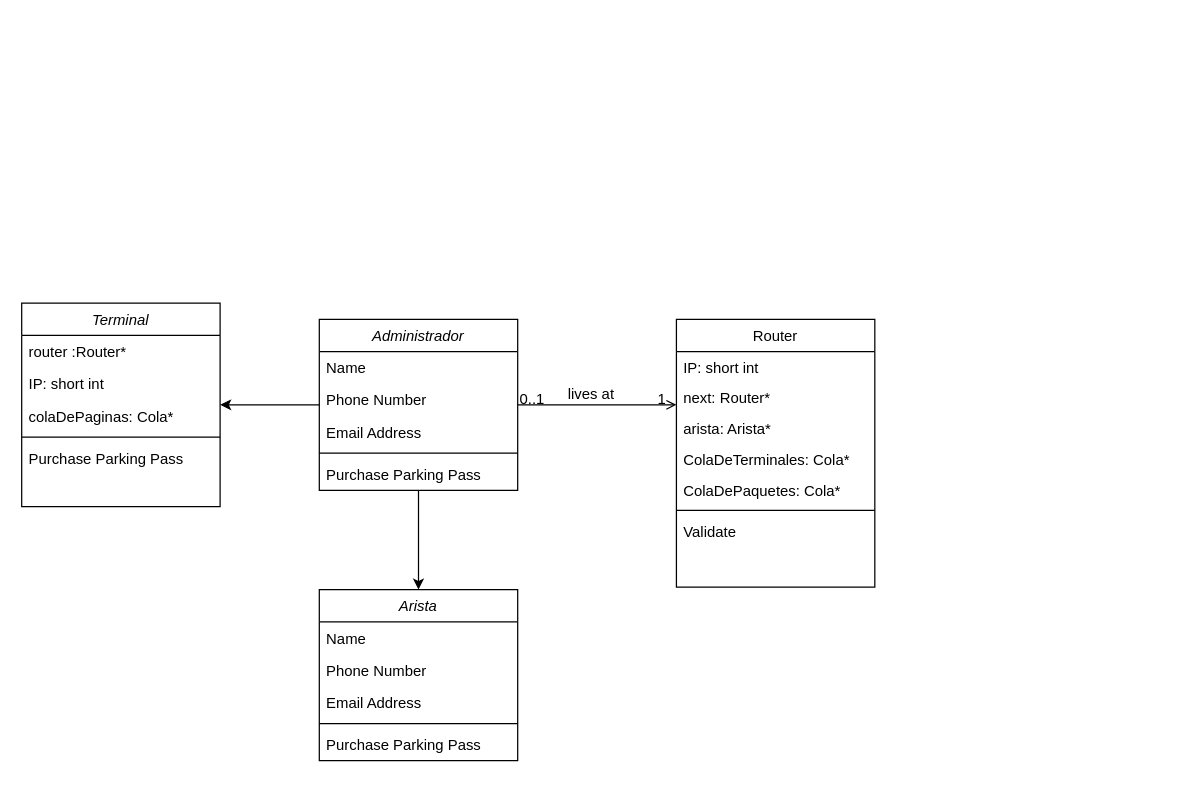
This is DiagramaDeClases.drawio from emaarnolfo/FinalAyEdD2023, a draw.io file, before an edit. Source tidied: cells renumbered, new cells numbered last; positions are measured from the earlier drawing's top-left corner, leaving out a move shared by most shapes. Both pictures are drawn from the tidied source at 124%, with x=0, y=0 at pixel (21, 303).
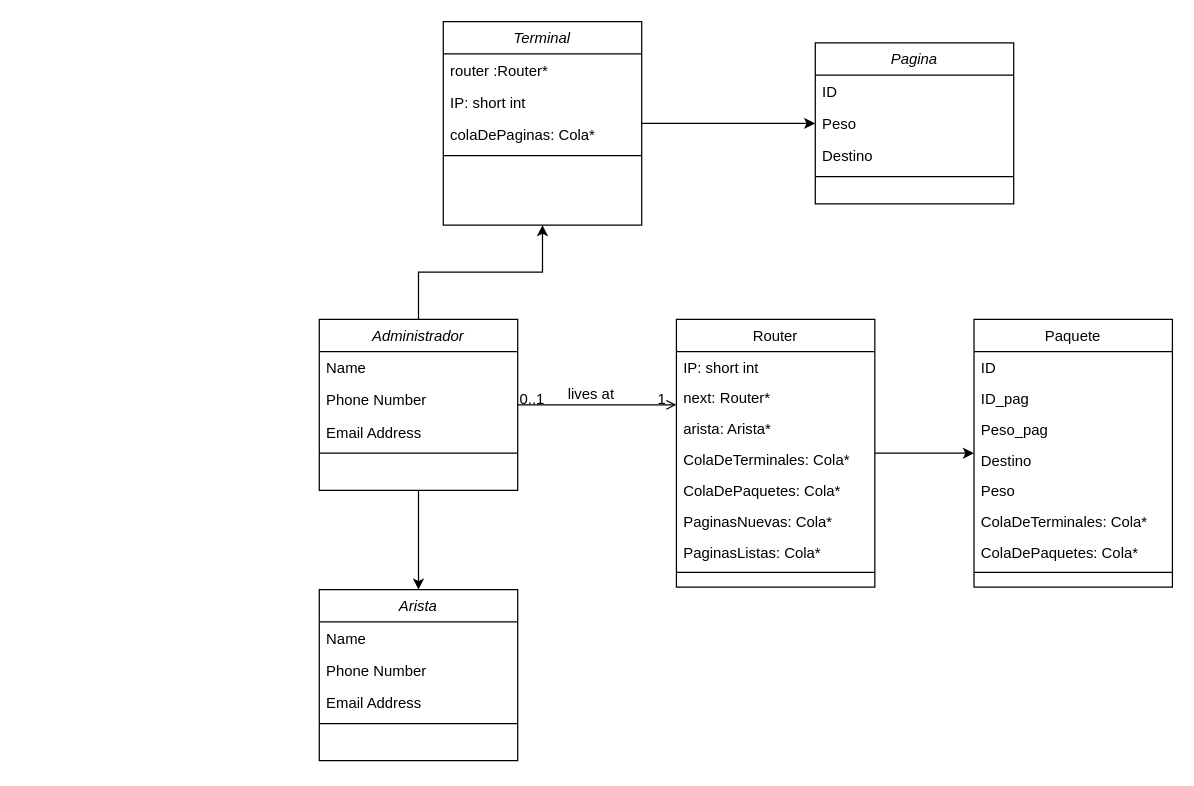
The same page after the edit.

Unchanged cells that the change refers to:
```xml
<mxCell id="4" value="Administrador" style="swimlane;fontStyle=2;align=center;verticalAlign=top;horizontal=1;startSize=26;rounded=0;shadow=0;strokeWidth=1;" parent="1" vertex="1">
  <mxGeometry x="240" y="13" width="160" height="138" as="geometry" />
</mxCell>
<mxCell id="10" value="Router" style="swimlane;fontStyle=0;align=center;verticalAlign=top;horizontal=1;startSize=26;rounded=0;shadow=0;strokeWidth=1;" parent="1" vertex="1">
  <mxGeometry x="528" y="13" width="160" height="216" as="geometry" />
</mxCell>
<mxCell id="22" value="Arista" style="swimlane;fontStyle=2;align=center;verticalAlign=top;horizontal=1;startSize=26;rounded=0;shadow=0;strokeWidth=1;" parent="1" vertex="1">
  <mxGeometry x="240" y="231" width="160" height="138" as="geometry" />
</mxCell>
```

Change to the diagram source:
```diff
@@
-    <mxCell id="9" value="Purchase Parking Pass" style="text;align=left;verticalAlign=top;spacingLeft=4;spacingRight=4;overflow=hidden;" parent="4" vertex="1">
-      <mxGeometry y="112" width="160" height="26" as="geometry" />
-    </mxCell>
+    <mxCell id="34" style="edgeStyle=orthogonalEdgeStyle;rounded=0;jettySize=auto;html=1;" parent="1" edge="1" source="10" target="38">
+      <mxGeometry relative="1" as="geometry" />
+    </mxCell>
@@
+    <mxCell id="35" value="PaginasNuevas: Cola*" style="text;align=left;verticalAlign=top;spacingLeft=4;spacingRight=4;overflow=hidden;" parent="10" vertex="1">
+      <mxGeometry y="150" width="160" height="25" as="geometry" />
+    </mxCell>
+    <mxCell id="36" value="PaginasListas: Cola*" style="text;align=left;verticalAlign=top;spacingLeft=4;spacingRight=4;overflow=hidden;" parent="10" vertex="1">
+      <mxGeometry y="175" width="160" height="25" as="geometry" />
+    </mxCell>
     <mxCell id="16" style="line;html=1;strokeWidth=1;align=left;verticalAlign=middle;spacingTop=-1;spacingLeft=3;spacingRight=3;labelPosition=right;" parent="10" vertex="1">
-      <mxGeometry y="150" width="160" height="8" as="geometry" />
+      <mxGeometry y="200" width="160" height="8" as="geometry" />
     </mxCell>
-    <mxCell id="17" value="Validate" style="text;align=left;verticalAlign=top;spacingLeft=4;spacingRight=4;overflow=hidden;" parent="10" vertex="1">
-      <mxGeometry y="158" width="160" height="26" as="geometry" />
-    </mxCell>
@@
-    <mxCell id="27" value="Purchase Parking Pass" style="text;align=left;verticalAlign=top;spacingLeft=4;spacingRight=4;overflow=hidden;" parent="22" vertex="1">
-      <mxGeometry y="112" width="160" height="26" as="geometry" />
-    </mxCell>
+    <mxCell id="37" style="edgeStyle=orthogonalEdgeStyle;rounded=0;jettySize=auto;html=1;" parent="1" edge="1" source="28" target="47">
+      <mxGeometry relative="1" as="geometry" />
+    </mxCell>
     <mxCell id="28" value="Terminal" style="swimlane;fontStyle=2;align=center;verticalAlign=top;horizontal=1;startSize=26;rounded=0;shadow=0;strokeWidth=1;" parent="1" vertex="1">
-      <mxGeometry width="160" height="164" as="geometry" />
+      <mxGeometry x="340" y="-227" width="160" height="164" as="geometry" />
     </mxCell>
@@
-    <mxCell id="33" value="Purchase Parking Pass" style="text;align=left;verticalAlign=top;spacingLeft=4;spacingRight=4;overflow=hidden;" parent="28" vertex="1">
-      <mxGeometry y="112" width="160" height="26" as="geometry" />
-    </mxCell>
+    <mxCell id="38" value="Paquete" style="swimlane;fontStyle=0;align=center;verticalAlign=top;horizontal=1;startSize=26;rounded=0;shadow=0;strokeWidth=1;" parent="1" vertex="1">
+      <mxGeometry x="768" y="13" width="160" height="216" as="geometry" />
+    </mxCell>
+    <mxCell id="39" value="ID" style="text;align=left;verticalAlign=top;spacingLeft=4;spacingRight=4;overflow=hidden;" parent="38" vertex="1">
+      <mxGeometry y="26" width="160" height="25" as="geometry" />
+    </mxCell>
+    <mxCell id="40" value="ID_pag" style="text;align=left;verticalAlign=top;spacingLeft=4;spacingRight=4;overflow=hidden;" parent="38" vertex="1">
+      <mxGeometry y="51" width="160" height="25" as="geometry" />
+    </mxCell>
+    <mxCell id="41" value="Peso_pag" style="text;align=left;verticalAlign=top;spacingLeft=4;spacingRight=4;overflow=hidden;" parent="38" vertex="1">
+      <mxGeometry y="76" width="160" height="25" as="geometry" />
+    </mxCell>
+    <mxCell id="42" value="Destino" style="text;align=left;verticalAlign=top;spacingLeft=4;spacingRight=4;overflow=hidden;rounded=0;shadow=0;html=0;" parent="38" vertex="1">
+      <mxGeometry y="101" width="160" height="24" as="geometry" />
+    </mxCell>
+    <mxCell id="43" value="Peso" style="text;align=left;verticalAlign=top;spacingLeft=4;spacingRight=4;overflow=hidden;" parent="38" vertex="1">
+      <mxGeometry y="125" width="160" height="25" as="geometry" />
+    </mxCell>
+    <mxCell id="44" value="ColaDeTerminales: Cola*" style="text;align=left;verticalAlign=top;spacingLeft=4;spacingRight=4;overflow=hidden;" parent="38" vertex="1">
+      <mxGeometry y="150" width="160" height="25" as="geometry" />
+    </mxCell>
+    <mxCell id="45" value="ColaDePaquetes: Cola*" style="text;align=left;verticalAlign=top;spacingLeft=4;spacingRight=4;overflow=hidden;" parent="38" vertex="1">
+      <mxGeometry y="175" width="160" height="25" as="geometry" />
+    </mxCell>
+    <mxCell id="46" style="line;html=1;strokeWidth=1;align=left;verticalAlign=middle;spacingTop=-1;spacingLeft=3;spacingRight=3;labelPosition=right;" parent="38" vertex="1">
+      <mxGeometry y="200" width="160" height="8" as="geometry" />
+    </mxCell>
+    <mxCell id="47" value="Pagina" style="swimlane;fontStyle=2;align=center;verticalAlign=top;horizontal=1;startSize=26;rounded=0;shadow=0;strokeWidth=1;" parent="1" vertex="1">
+      <mxGeometry x="640" y="-210" width="160" height="130" as="geometry" />
+    </mxCell>
+    <mxCell id="48" value="ID" style="text;align=left;verticalAlign=top;spacingLeft=4;spacingRight=4;overflow=hidden;rounded=0;shadow=0;html=0;" parent="47" vertex="1">
+      <mxGeometry y="26" width="160" height="26" as="geometry" />
+    </mxCell>
+    <mxCell id="49" value="Peso" style="text;align=left;verticalAlign=top;spacingLeft=4;spacingRight=4;overflow=hidden;rounded=0;shadow=0;html=0;" parent="47" vertex="1">
+      <mxGeometry y="52" width="160" height="26" as="geometry" />
+    </mxCell>
+    <mxCell id="50" value="Destino" style="text;align=left;verticalAlign=top;spacingLeft=4;spacingRight=4;overflow=hidden;" parent="47" vertex="1">
+      <mxGeometry y="78" width="160" height="26" as="geometry" />
+    </mxCell>
+    <mxCell id="51" style="line;html=1;strokeWidth=1;align=left;verticalAlign=middle;spacingTop=-1;spacingLeft=3;spacingRight=3;labelPosition=right;" parent="47" vertex="1">
+      <mxGeometry y="104" width="160" height="8" as="geometry" />
+    </mxCell>
```
